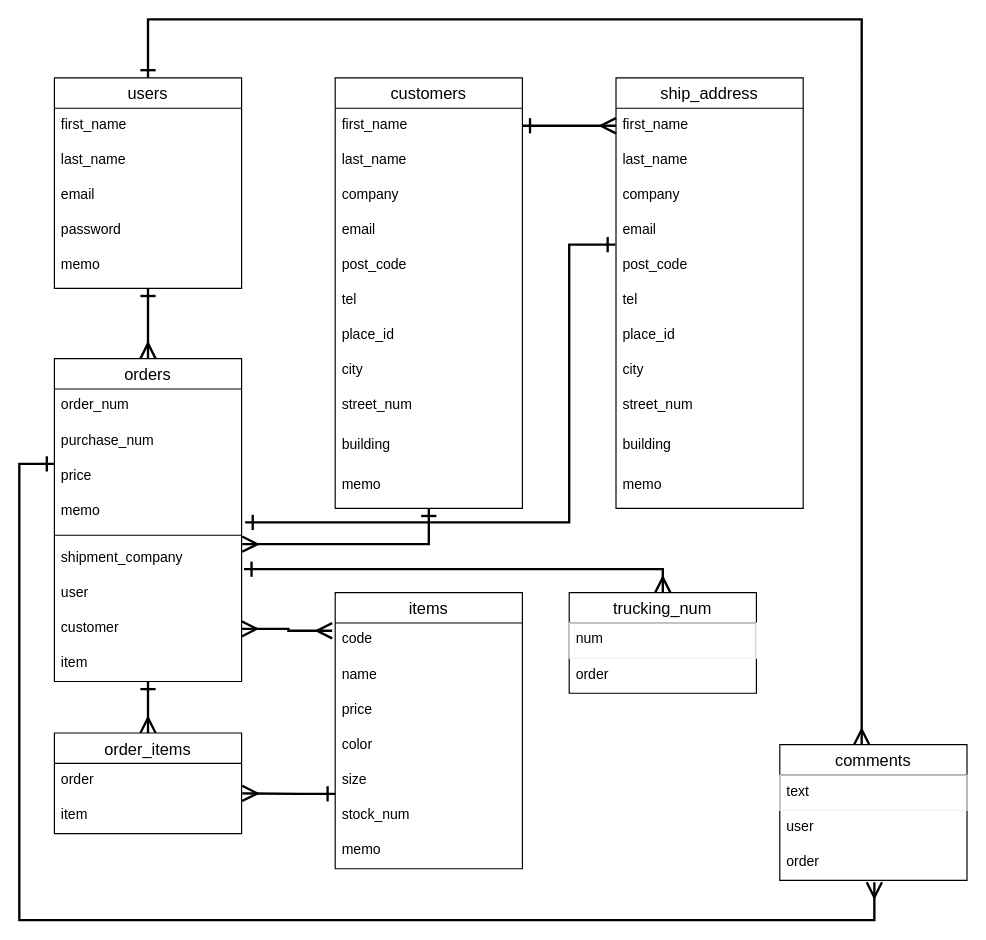
Before: ER.dio in yamamo1984/ds_order_management_ver1, a draw.io diagram. Source tidied: cells renumbered, new cells numbered last; positions are measured from the earlier drawing's top-left corner, leaving out a move shared by most shapes. Both pictures are drawn from the tidied source at 117%, with x=0, y=0 at pixel (19, 19).
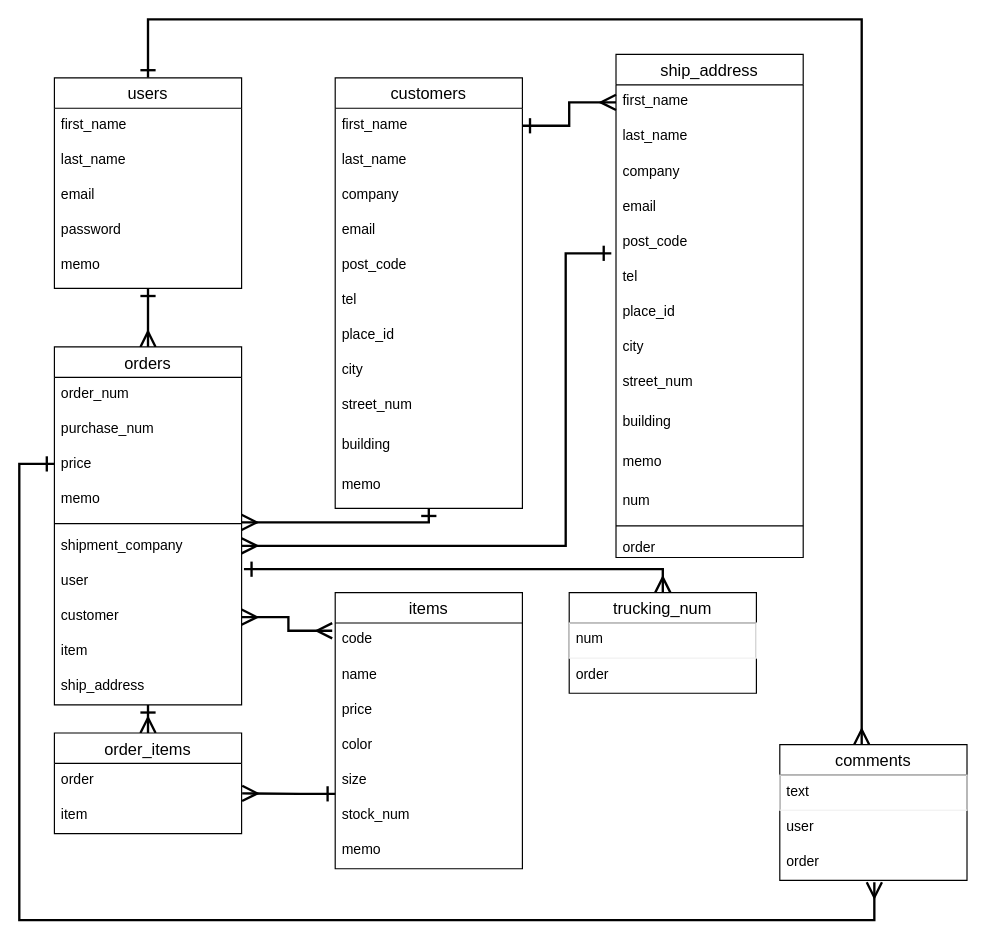
The same page after the edit.

The change refers to these unchanged cells:
```xml
<mxCell id="17" style="line;strokeWidth=1;dashed=0;labelPosition=right;align=left;verticalAlign=middle;spacingTop=0;spacingLeft=6;points=[];portConstraint=eastwest;" parent="12" vertex="1">
  <mxGeometry y="146" width="160" height="10" as="geometry" />
</mxCell>
<mxCell id="18" value="shipment_company" style="text;strokeColor=none;fillColor=none;spacingLeft=4;spacingRight=4;overflow=hidden;points=[[0,0.5],[1,0.5]];portConstraint=eastwest;fontSize=12;" parent="12" vertex="1">
  <mxGeometry y="156" width="160" height="30" as="geometry" />
</mxCell>
<mxCell id="23" value="customers" style="swimlane;fontStyle=0;horizontal=1;startSize=26;align=center;fontSize=14;" parent="1" vertex="1">
  <mxGeometry x="270" y="50" width="160" height="368" as="geometry" />
</mxCell>
<mxCell id="39" value="email" style="text;strokeColor=none;fillColor=none;spacingLeft=4;spacingRight=4;overflow=hidden;points=[[0,0.5],[1,0.5]];portConstraint=eastwest;fontSize=12;" parent="35" vertex="1">
  <mxGeometry y="116" width="160" height="30" as="geometry" />
</mxCell>
```

Diff of the diagram source:
```diff
@@
     <mxCell id="12" value="orders" style="swimlane;fontStyle=0;horizontal=1;startSize=26;align=center;fontSize=14;" parent="1" vertex="1">
-      <mxGeometry x="30" y="290" width="160" height="276" as="geometry" />
+      <mxGeometry x="30" y="280" width="160" height="306" as="geometry" />
     </mxCell>
@@
+    <mxCell id="70" value="ship_address" style="text;strokeColor=none;fillColor=none;spacingLeft=4;spacingRight=4;overflow=hidden;fontSize=12;" parent="12" vertex="1">
+      <mxGeometry y="276" width="160" height="30" as="geometry" />
+    </mxCell>
-    <mxCell id="22" style="edgeStyle=orthogonalEdgeStyle;rounded=0;jumpSize=6;jettySize=auto;html=1;startArrow=ERone;startFill=0;startSize=10;endArrow=ERmany;endFill=0;endSize=10;strokeWidth=2;entryX=1.003;entryY=0.087;entryDx=0;entryDy=0;entryPerimeter=0;" parent="1" edge="1" source="23" target="18">
-      <mxGeometry relative="1" as="geometry" />
+    <mxCell id="22" style="edgeStyle=orthogonalEdgeStyle;rounded=0;jumpSize=6;jettySize=auto;html=1;startArrow=ERone;startFill=0;startSize=10;endArrow=ERmany;endFill=0;endSize=10;strokeWidth=2;entryX=1;entryY=0.4;entryDx=0;entryDy=0;entryPerimeter=0;" parent="1" edge="1" source="23" target="17">
+      <mxGeometry relative="1" as="geometry">
+        <Array as="points">
+          <mxPoint x="350" y="430" />
+        </Array>
+      </mxGeometry>
     </mxCell>
@@
     <mxCell id="35" value="ship_address" style="swimlane;fontStyle=0;horizontal=1;startSize=26;align=center;fontSize=14;" parent="1" vertex="1">
-      <mxGeometry x="510" y="50" width="160" height="368" as="geometry" />
+      <mxGeometry x="510" y="30" width="160" height="430" as="geometry" />
     </mxCell>
@@
+    <mxCell id="71" value="num" style="text;strokeColor=none;fillColor=none;spacingLeft=4;spacingRight=4;overflow=hidden;fontSize=12;" parent="35" vertex="1">
+      <mxGeometry y="368" width="160" height="30" as="geometry" />
+    </mxCell>
+    <mxCell id="72" style="line;strokeWidth=1;dashed=0;labelPosition=right;align=left;verticalAlign=middle;spacingTop=0;spacingLeft=6;" parent="35" vertex="1">
+      <mxGeometry y="398" width="160" height="10" as="geometry" />
+    </mxCell>
+    <mxCell id="73" value="order" style="text;strokeColor=none;fillColor=none;spacingLeft=4;spacingRight=4;overflow=hidden;fontSize=12;" parent="35" vertex="1">
+      <mxGeometry y="408" width="160" height="22" as="geometry" />
+    </mxCell>
@@
-    <mxCell id="63" style="edgeStyle=orthogonalEdgeStyle;rounded=0;jumpSize=6;jettySize=auto;html=1;startArrow=ERone;startFill=0;startSize=10;endArrow=ERone;endFill=0;endSize=10;strokeWidth=2;entryX=-0.004;entryY=0.887;entryDx=0;entryDy=0;entryPerimeter=0;" parent="1" edge="1" target="39">
+    <mxCell id="63" style="edgeStyle=orthogonalEdgeStyle;rounded=0;jumpSize=6;orthogonalLoop=1;jettySize=auto;html=1;startArrow=ERmany;startFill=0;startSize=10;endArrow=ERone;endFill=0;endSize=10;strokeWidth=2;" parent="1" edge="1">
       <mxGeometry relative="1" as="geometry">
-        <mxPoint x="193" y="430" as="sourcePoint" />
+        <mxPoint x="190" y="450" as="sourcePoint" />
+        <mxPoint x="506" y="200" as="targetPoint" />
         <Array as="points">
-          <mxPoint x="193" y="430" />
-          <mxPoint x="470" y="430" />
-          <mxPoint x="470" y="193" />
+          <mxPoint x="467" y="450" />
+          <mxPoint x="467" y="200" />
+          <mxPoint x="506" y="200" />
         </Array>
       </mxGeometry>
     </mxCell>
```
